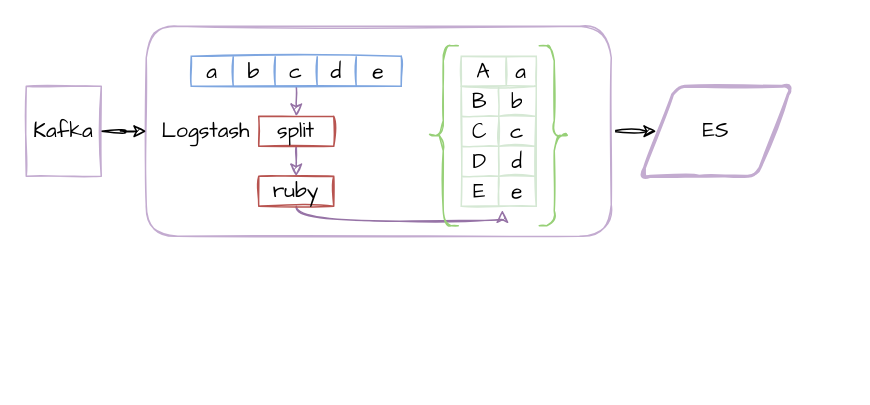
Before: page "Page-8" (8 of 12) of shuzhi.drawio in nullbull/uml, a draw.io diagram. Source tidied: cells renumbered, new cells numbered last; positions are measured from the earlier drawing's top-left corner, leaving out a move shared by most shapes. Both pictures are drawn from the tidied source at 150%, with x=0, y=0 at pixel (26, 26).
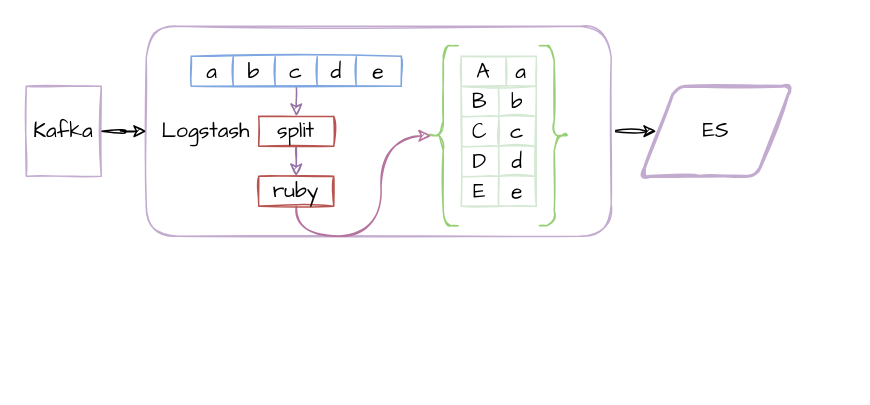
Above is the later version.

The change refers to these unchanged cells:
```xml
<mxCell id="29" style="shape=partialRectangle;html=1;whiteSpace=wrap;fillColor=none;top=0;left=0;bottom=0;right=0;points=[[0,0.5],[1,0.5]];portConstraint=eastwest;sketch=1;fontFamily=Comic Sans MS;fontSize=14;" parent="19" vertex="1">
  <mxGeometry y="60" width="50" height="20" as="geometry" />
</mxCell>
<mxCell id="37" value="ruby" style="rounded=0;whiteSpace=wrap;html=1;shadow=0;sketch=1;strokeColor=#b85450;fillColor=none;fontFamily=Comic Sans MS;fontSize=14;" parent="1" vertex="1">
  <mxGeometry x="155" y="100" width="50" height="20" as="geometry" />
</mxCell>
<mxCell id="40" style="shape=curlyBracket;whiteSpace=wrap;html=1;rounded=1;rotation=-90;direction=south;sketch=1;fillColor=none;strokeColor=#97D077;" parent="1" vertex="1">
  <mxGeometry x="218" y="63" width="120" height="20" as="geometry" />
</mxCell>
```

What changed in the source:
```diff
@@
-    <mxCell id="36" style="edgeStyle=orthogonalEdgeStyle;rounded=0;jettySize=auto;html=1;entryX=0.548;entryY=1.13;entryDx=0;entryDy=0;entryPerimeter=0;curved=1;exitX=0.5;exitY=1;exitDx=0;exitDy=0;sketch=1;fillColor=#e1d5e7;strokeColor=#9673a6;fontFamily=Comic Sans MS;fontSize=14;" parent="1" edge="1" source="37" target="29">
-      <mxGeometry relative="1" as="geometry">
-        <Array as="points">
-          <mxPoint x="180" y="130" />
-          <mxPoint x="317" y="130" />
-          <mxPoint x="317" y="123" />
-        </Array>
-      </mxGeometry>
-    </mxCell>
+    <mxCell id="42" style="edgeStyle=orthogonalEdgeStyle;rounded=0;jettySize=auto;html=1;exitX=0.5;exitY=1;exitDx=0;exitDy=0;entryX=0.1;entryY=0.5;entryDx=0;entryDy=0;entryPerimeter=0;curved=1;sketch=1;strokeColor=#B5739D;" parent="1" edge="1" source="37" target="40">
+      <mxGeometry relative="1" as="geometry" />
+    </mxCell>
```
